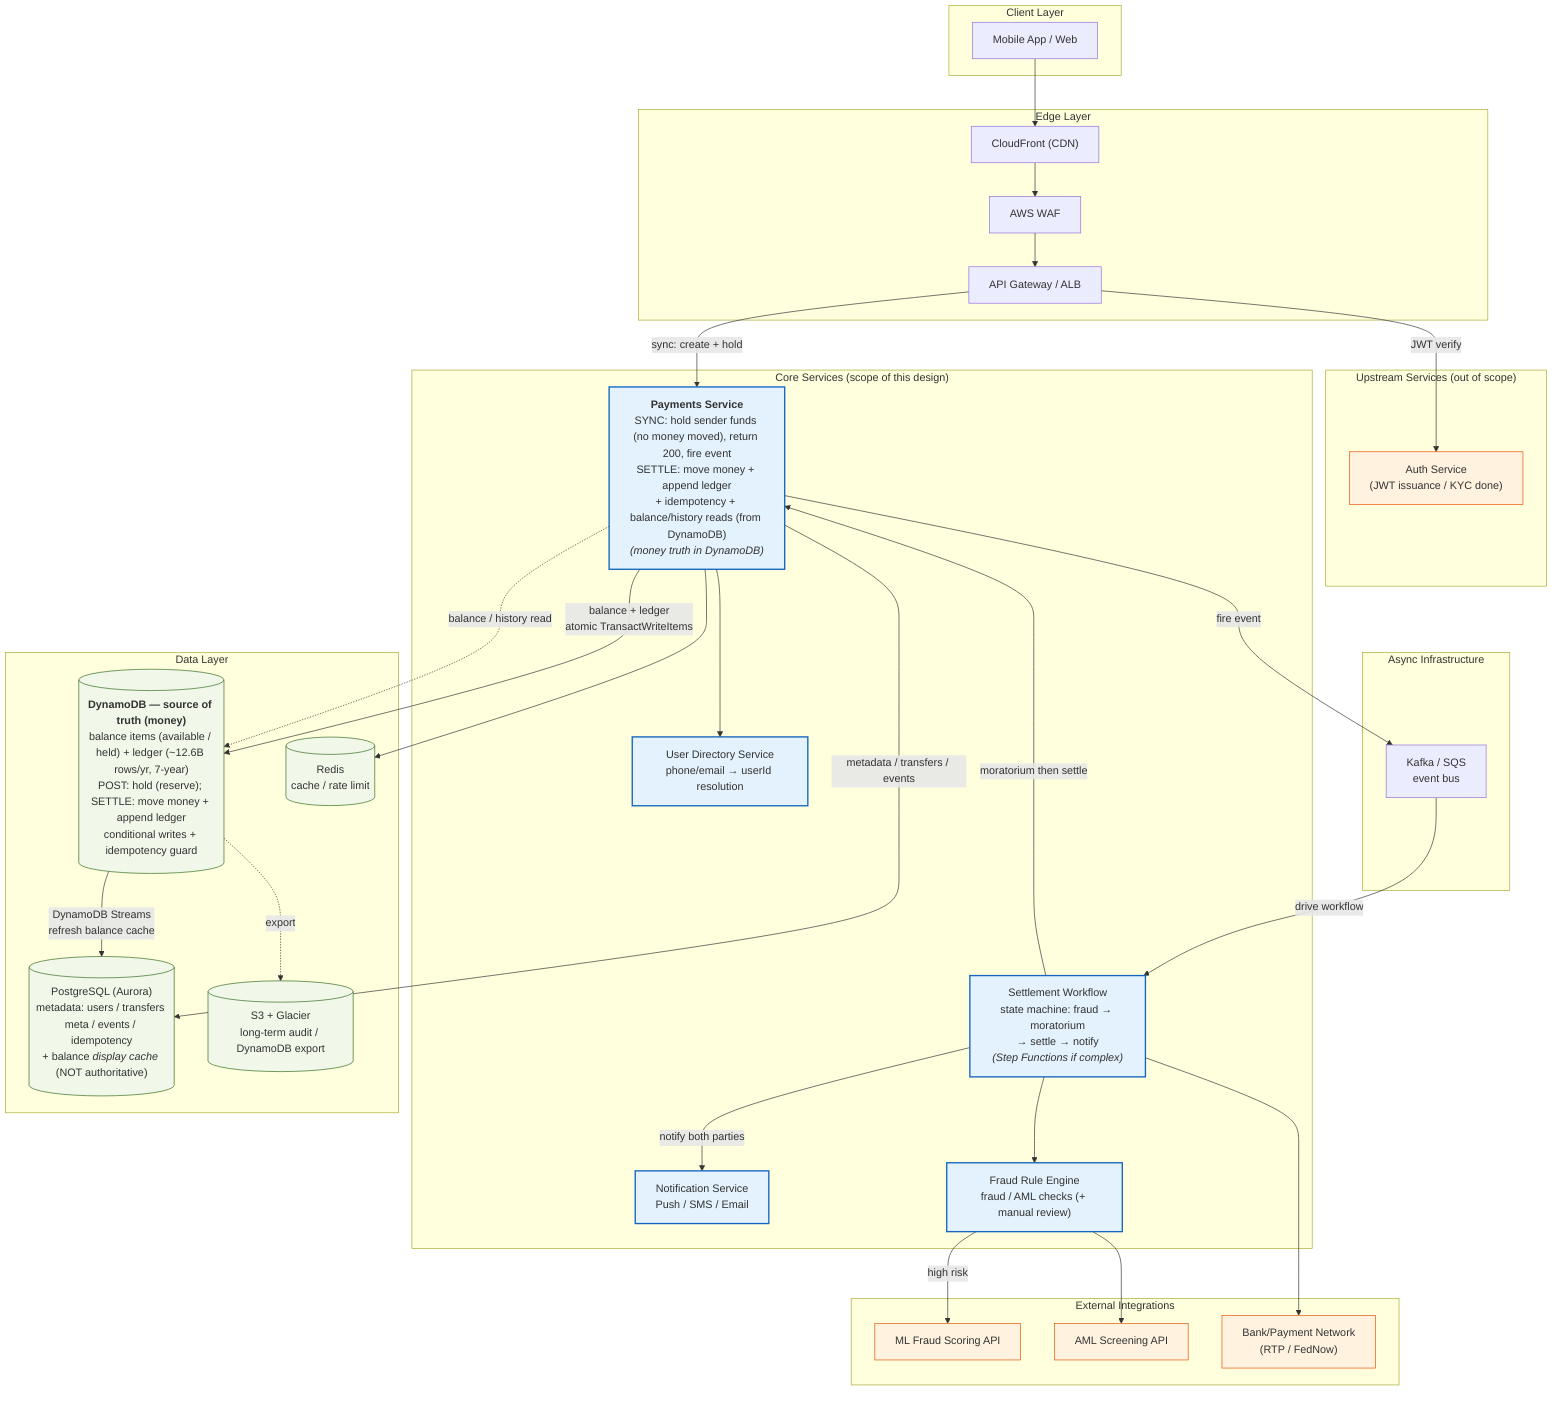
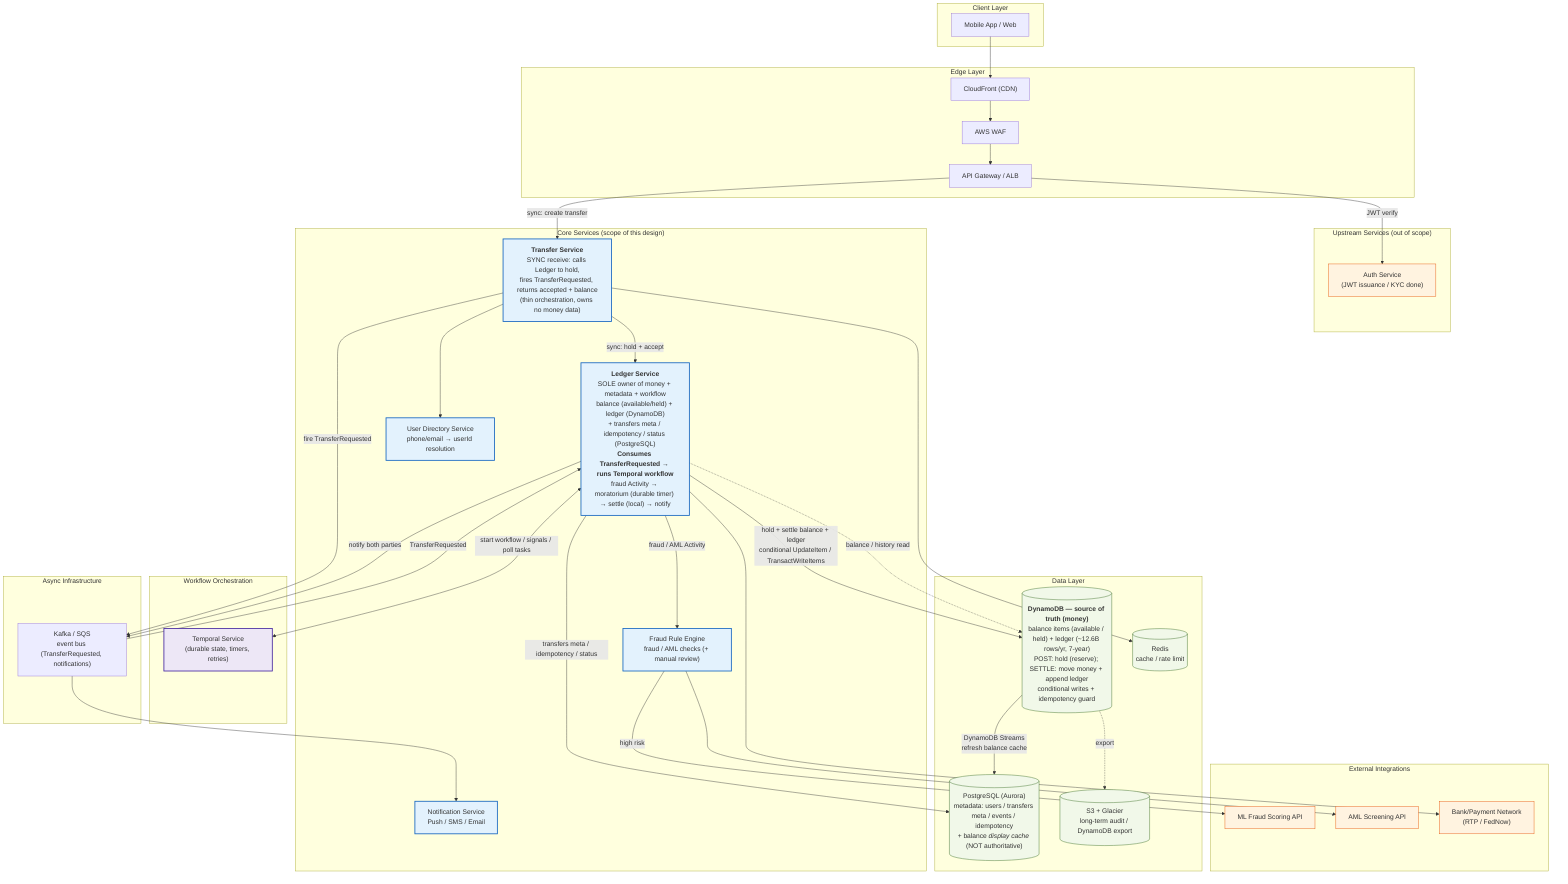
graph TB
    subgraph Client["Client Layer"]
        MOBILE["Mobile App / Web"]
    end

    subgraph Edge["Edge Layer"]
        CDN["CloudFront (CDN)"]
        WAF["AWS WAF"]
        APIGW["API Gateway / ALB"]
    end

    subgraph Upstream["Upstream Services (out of scope)"]
        AUTH["Auth Service<br/>(JWT issuance / KYC done)"]
    end

    subgraph Core["Core Services (scope of this design)"]
-         PAYMENTS["<b>Payments Service</b><br/>SYNC: hold sender funds (no money moved), return 200, fire event<br/>SETTLE: move money + append ledger<br/>+ idempotency + balance/history reads (from DynamoDB)<br/><i>(money truth in DynamoDB)</i>"]
-         WF["Settlement Workflow<br/>state machine: fraud → moratorium<br/>→ settle → notify<br/><i>(Step Functions if complex)</i>"]
+         TRANSFER["<b>Transfer Service</b><br/>SYNC receive: calls Ledger to hold,<br/>fires TransferRequested, returns accepted + balance<br/>(thin orchestration, owns no money data)"]
+         LEDGER["<b>Ledger Service</b><br/>SOLE owner of money + metadata + workflow<br/>balance (available/held) + ledger (DynamoDB)<br/>+ transfers meta / idempotency / status (PostgreSQL)<br/><b>Consumes TransferRequested → runs Temporal workflow</b><br/>fraud Activity → moratorium (durable timer) → settle (local) → notify"]
        USER["User Directory Service<br/>phone/email → userId resolution"]
        NOTIFY["Notification Service<br/>Push / SMS / Email"]
        FRAUD["Fraud Rule Engine<br/>fraud / AML checks (+ manual review)"]
    end

+     subgraph Orch["Workflow Orchestration"]
+         TSERVER["Temporal Service<br/>(durable state, timers, retries)"]
+     end
+ 
    subgraph Async["Async Infrastructure"]
-         MQ["Kafka / SQS<br/>event bus"]
+         MQ["Kafka / SQS<br/>event bus (TransferRequested, notifications)"]
    end

    subgraph Data["Data Layer"]
        DDB[("<b>DynamoDB — source of truth (money)</b><br/>balance items (available / held) + ledger (~12.6B rows/yr, 7-year)<br/>POST: hold (reserve); SETTLE: move money + append ledger<br/>conditional writes + idempotency guard")]
        LEDGERDB[("PostgreSQL (Aurora)<br/>metadata: users / transfers meta / events / idempotency<br/>+ balance <i>display cache</i> (NOT authoritative)")]
        CACHE[("Redis<br/>cache / rate limit")]
        ARCHIVE[("S3 + Glacier<br/>long-term audit / DynamoDB export")]
    end

    subgraph External["External Integrations"]
        ML["ML Fraud Scoring API"]
        AML["AML Screening API"]
        BANK["Bank/Payment Network<br/>(RTP / FedNow)"]
    end

    MOBILE --> CDN --> WAF --> APIGW
    APIGW -->|JWT verify| AUTH
-     APIGW -->|sync: create + hold| PAYMENTS
+     APIGW -->|sync: create transfer| TRANSFER

-     PAYMENTS --> USER
-     PAYMENTS --> CACHE
-     PAYMENTS -->|balance + ledger<br/>atomic TransactWriteItems| DDB
-     PAYMENTS -.balance / history read.-> DDB
-     PAYMENTS -->|metadata / transfers / events| LEDGERDB
-     PAYMENTS -->|fire event| MQ
+     TRANSFER --> USER
+     TRANSFER --> CACHE
+     TRANSFER -->|sync: hold + accept| LEDGER
+     TRANSFER -->|fire TransferRequested| MQ

-     MQ -->|drive workflow| WF
-     WF --> FRAUD
-     WF -->|moratorium then settle| PAYMENTS
-     WF --> BANK
-     WF -->|notify both parties| NOTIFY
+     LEDGER -->|hold + settle balance + ledger<br/>conditional UpdateItem / TransactWriteItems| DDB
+     LEDGER -.balance / history read.-> DDB
+     LEDGER -->|transfers meta / idempotency / status| LEDGERDB
+ 
+     MQ -->|TransferRequested| LEDGER
+     LEDGER <-->|start workflow / signals / poll tasks| TSERVER
+     LEDGER -->|fraud / AML Activity| FRAUD
+     LEDGER --> BANK
+     LEDGER -->|notify both parties| MQ
+     MQ --> NOTIFY

    FRAUD -->|high risk| ML
    FRAUD --> AML

    DDB -->|DynamoDB Streams<br/>refresh balance cache| LEDGERDB
    DDB -.export.-> ARCHIVE

    classDef scope fill:#e3f2fd,stroke:#1565c0,stroke-width:2px;
    classDef ext fill:#fff3e0,stroke:#e65100,stroke-width:1px;
    classDef data fill:#f1f8e9,stroke:#33691e,stroke-width:1px;
-     class PAYMENTS,WF,USER,NOTIFY,FRAUD scope;
+     classDef orch fill:#ede7f6,stroke:#4527a0,stroke-width:2px;
+     class TRANSFER,LEDGER,USER,NOTIFY,FRAUD scope;
    class ML,AML,BANK,AUTH ext;
    class DDB,LEDGERDB,CACHE,ARCHIVE data;
+     class TSERVER orch;
